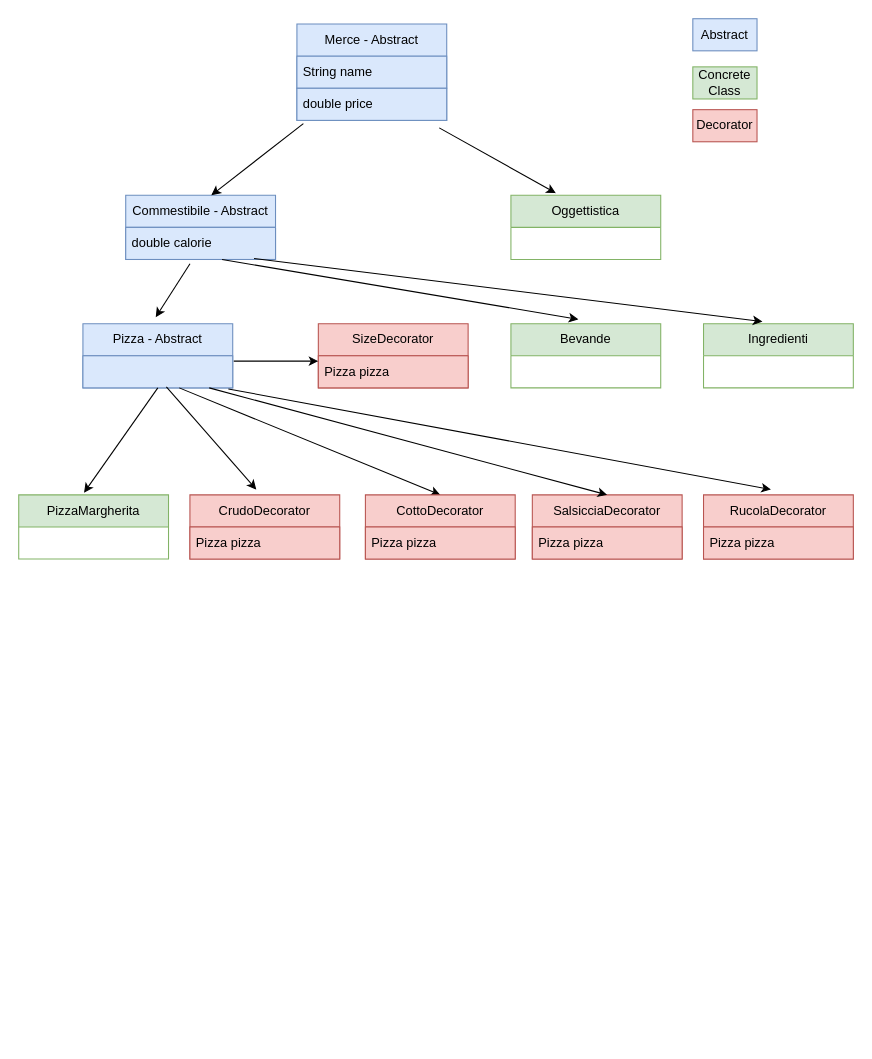
Earlier version of the draw.io diagram esercizio/DiagrammaW17D1.drawio (WalterBarbieri/Week17Day1). Source tidied: cells renumbered, new cells numbered last; positions are measured from the earlier drawing's top-left corner, leaving out a move shared by most shapes. Both pictures are drawn from the tidied source at 107%, with x=0, y=0 at pixel (18, 18).
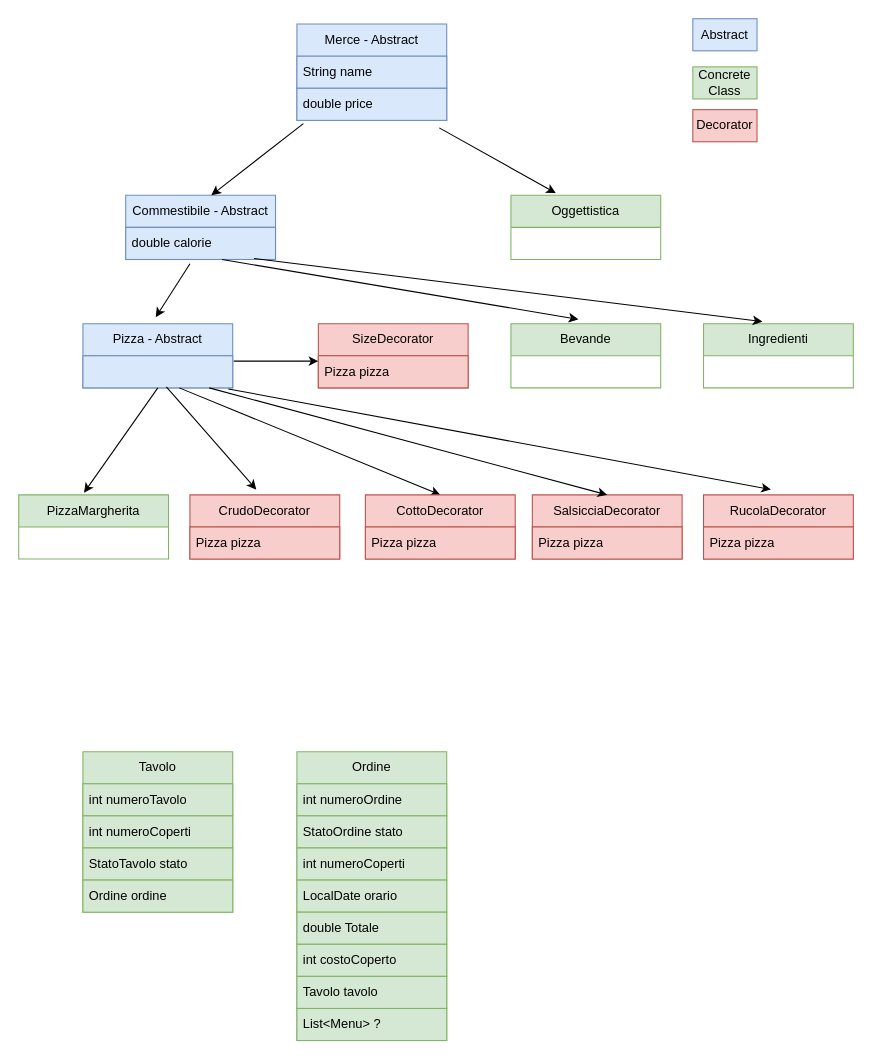
Above is the later version.

Commit message (it also covers changes not shown here):
Esercizio quasi completato, aggiunto Menu + Ordine + Tavoli

What changed in the source:
```diff
@@
+    <mxCell id="37" value="Tavolo" style="swimlane;fontStyle=0;horizontal=1;startSize=30;whiteSpace=wrap;html=1;fillColor=#d5e8d4;strokeColor=#82b366;" parent="1" vertex="1">
+      <mxGeometry x="60" y="685" width="140" height="150" as="geometry" />
+    </mxCell>
+    <mxCell id="38" value="int numeroTavolo" style="text;strokeColor=#82b366;fillColor=#d5e8d4;align=left;verticalAlign=middle;spacingLeft=4;spacingRight=4;overflow=hidden;whiteSpace=wrap;html=1;" parent="37" vertex="1">
+      <mxGeometry y="30" width="140" height="30" as="geometry" />
+    </mxCell>
+    <mxCell id="39" value="int numeroCoperti" style="text;strokeColor=#82b366;fillColor=#d5e8d4;align=left;verticalAlign=middle;spacingLeft=4;spacingRight=4;overflow=hidden;whiteSpace=wrap;html=1;" parent="37" vertex="1">
+      <mxGeometry y="60" width="140" height="30" as="geometry" />
+    </mxCell>
+    <mxCell id="40" value="StatoTavolo stato" style="text;strokeColor=#82b366;fillColor=#d5e8d4;align=left;verticalAlign=middle;spacingLeft=4;spacingRight=4;overflow=hidden;whiteSpace=wrap;html=1;" parent="37" vertex="1">
+      <mxGeometry y="90" width="140" height="30" as="geometry" />
+    </mxCell>
+    <mxCell id="41" value="Ordine ordine" style="text;strokeColor=#82b366;fillColor=#d5e8d4;align=left;verticalAlign=middle;spacingLeft=4;spacingRight=4;overflow=hidden;whiteSpace=wrap;html=1;" parent="37" vertex="1">
+      <mxGeometry y="120" width="140" height="30" as="geometry" />
+    </mxCell>
+    <mxCell id="42" value="Ordine" style="swimlane;fontStyle=0;horizontal=1;startSize=30;whiteSpace=wrap;html=1;fillColor=#d5e8d4;strokeColor=#82b366;" parent="1" vertex="1">
+      <mxGeometry x="260" y="685" width="140" height="270" as="geometry" />
+    </mxCell>
+    <mxCell id="43" value="int numeroOrdine" style="text;strokeColor=#82b366;fillColor=#d5e8d4;align=left;verticalAlign=middle;spacingLeft=4;spacingRight=4;overflow=hidden;whiteSpace=wrap;html=1;" parent="42" vertex="1">
+      <mxGeometry y="30" width="140" height="30" as="geometry" />
+    </mxCell>
+    <mxCell id="44" value="StatoOrdine stato" style="text;strokeColor=#82b366;fillColor=#d5e8d4;align=left;verticalAlign=middle;spacingLeft=4;spacingRight=4;overflow=hidden;whiteSpace=wrap;html=1;" parent="42" vertex="1">
+      <mxGeometry y="60" width="140" height="30" as="geometry" />
+    </mxCell>
+    <mxCell id="45" value="int numeroCoperti" style="text;strokeColor=#82b366;fillColor=#d5e8d4;align=left;verticalAlign=middle;spacingLeft=4;spacingRight=4;overflow=hidden;whiteSpace=wrap;html=1;" parent="42" vertex="1">
+      <mxGeometry y="90" width="140" height="30" as="geometry" />
+    </mxCell>
+    <mxCell id="46" value="LocalDate orario" style="text;strokeColor=#82b366;fillColor=#d5e8d4;align=left;verticalAlign=middle;spacingLeft=4;spacingRight=4;overflow=hidden;whiteSpace=wrap;html=1;" parent="42" vertex="1">
+      <mxGeometry y="120" width="140" height="30" as="geometry" />
+    </mxCell>
+    <mxCell id="47" value="double Totale" style="text;strokeColor=#82b366;fillColor=#d5e8d4;align=left;verticalAlign=middle;spacingLeft=4;spacingRight=4;overflow=hidden;whiteSpace=wrap;html=1;" parent="42" vertex="1">
+      <mxGeometry y="150" width="140" height="30" as="geometry" />
+    </mxCell>
+    <mxCell id="48" value="int costoCoperto" style="text;strokeColor=#82b366;fillColor=#d5e8d4;align=left;verticalAlign=middle;spacingLeft=4;spacingRight=4;overflow=hidden;whiteSpace=wrap;html=1;" parent="42" vertex="1">
+      <mxGeometry y="180" width="140" height="30" as="geometry" />
+    </mxCell>
+    <mxCell id="49" value="Tavolo tavolo" style="text;strokeColor=#82b366;fillColor=#d5e8d4;align=left;verticalAlign=middle;spacingLeft=4;spacingRight=4;overflow=hidden;whiteSpace=wrap;html=1;" parent="42" vertex="1">
+      <mxGeometry y="210" width="140" height="30" as="geometry" />
+    </mxCell>
+    <mxCell id="50" value="List&amp;lt;Menu&amp;gt; ?" style="text;strokeColor=#82b366;fillColor=#d5e8d4;align=left;verticalAlign=middle;spacingLeft=4;spacingRight=4;overflow=hidden;whiteSpace=wrap;html=1;" parent="42" vertex="1">
+      <mxGeometry y="240" width="140" height="30" as="geometry" />
+    </mxCell>
```
